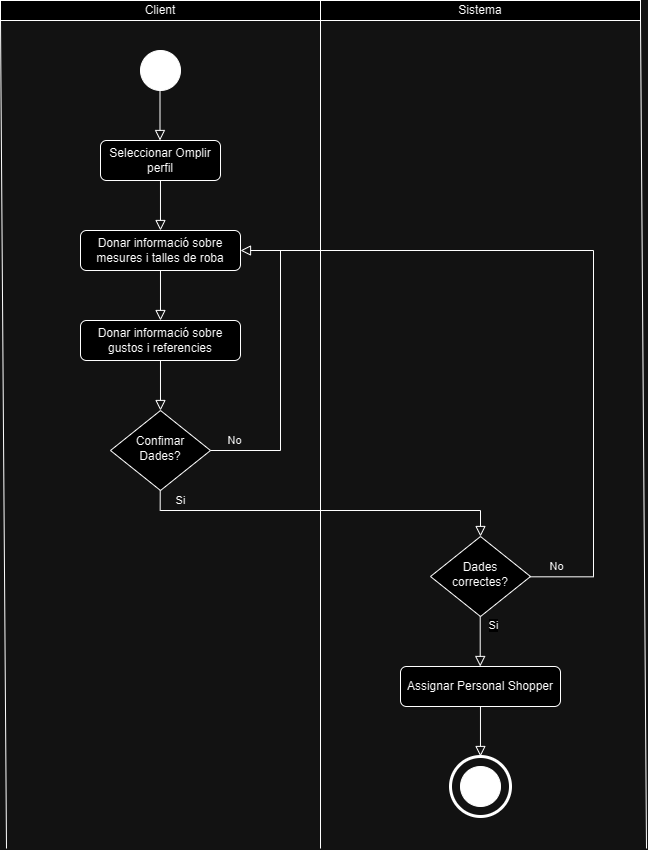
NIU1638962/EP_Projecte keeps this draw.io diagram as Exercici 6/DdA_EmplenarPerfil.png. Above is the earlier version. Source tidied: cells renumbered, new cells last; positions are measured from the earlier drawing's top-left corner, leaving out a move shared by most shapes. Source of this version:
```xml
<mxGraphModel>
  <root>
    <mxCell id="0" />
    <mxCell id="1" parent="0" />
    <mxCell id="2" value="Seleccionar Omplir perfil" style="rounded=1;whiteSpace=wrap;html=1;fontSize=12;glass=0;strokeWidth=1;shadow=0;" parent="1" vertex="1">
      <mxGeometry x="100" y="140" width="120" height="40" as="geometry" />
    </mxCell>
    <mxCell id="3" style="ellipse;whiteSpace=wrap;html=1;fillColor=#000000;" parent="1" vertex="1">
      <mxGeometry x="140" y="50" width="40" height="40" as="geometry" />
    </mxCell>
    <mxCell id="4" style="rounded=0;html=1;jettySize=auto;orthogonalLoop=1;fontSize=11;endArrow=block;endFill=0;endSize=8;strokeWidth=1;shadow=0;labelBackgroundColor=none;edgeStyle=orthogonalEdgeStyle;" parent="1" edge="1">
      <mxGeometry relative="1" as="geometry">
        <mxPoint x="159.5" y="90" as="sourcePoint" />
        <mxPoint x="159.5" y="140" as="targetPoint" />
      </mxGeometry>
    </mxCell>
    <mxCell id="5" style="rounded=0;html=1;jettySize=auto;orthogonalLoop=1;fontSize=11;endArrow=block;endFill=0;endSize=8;strokeWidth=1;shadow=0;labelBackgroundColor=none;edgeStyle=orthogonalEdgeStyle;" parent="1" edge="1">
      <mxGeometry relative="1" as="geometry">
        <mxPoint x="160" y="180" as="sourcePoint" />
        <mxPoint x="160" y="230" as="targetPoint" />
      </mxGeometry>
    </mxCell>
    <mxCell id="6" value="Donar informació sobre mesures i talles de roba" style="rounded=1;whiteSpace=wrap;html=1;fontSize=12;glass=0;strokeWidth=1;shadow=0;" parent="1" vertex="1">
      <mxGeometry x="80" y="230" width="160" height="40" as="geometry" />
    </mxCell>
    <mxCell id="7" style="rounded=0;html=1;jettySize=auto;orthogonalLoop=1;fontSize=11;endArrow=block;endFill=0;endSize=8;strokeWidth=1;shadow=0;labelBackgroundColor=none;edgeStyle=orthogonalEdgeStyle;" parent="1" edge="1">
      <mxGeometry relative="1" as="geometry">
        <mxPoint x="160" y="270" as="sourcePoint" />
        <mxPoint x="160" y="320" as="targetPoint" />
      </mxGeometry>
    </mxCell>
    <mxCell id="8" value="Confimar Dades?" style="rhombus;whiteSpace=wrap;html=1;shadow=0;fontFamily=Helvetica;fontSize=12;align=center;strokeWidth=1;spacing=6;spacingTop=-4;" parent="1" vertex="1">
      <mxGeometry x="110" y="410" width="100" height="80" as="geometry" />
    </mxCell>
    <mxCell id="9" value="Si" style="rounded=0;html=1;jettySize=auto;fontSize=11;endArrow=block;endFill=0;endSize=8;strokeWidth=1;shadow=0;labelBackgroundColor=none;edgeStyle=orthogonalEdgeStyle;entryX=0.5;entryY=0;entryDx=0;entryDy=0;" parent="1" edge="1" target="20">
      <mxGeometry x="-0.78" y="10" relative="1" as="geometry">
        <mxPoint x="159.7" y="490" as="sourcePoint" />
        <Array as="points">
          <mxPoint x="160" y="510" />
          <mxPoint x="480" y="510" />
        </Array>
      </mxGeometry>
    </mxCell>
    <mxCell id="10" value="No" style="edgeStyle=orthogonalEdgeStyle;rounded=0;html=1;jettySize=auto;fontSize=11;endArrow=block;endFill=0;endSize=8;strokeWidth=1;shadow=0;labelBackgroundColor=none;entryX=1;entryY=0.5;entryDx=0;entryDy=0;" parent="1" edge="1" target="6">
      <mxGeometry x="-0.85" y="10" relative="1" as="geometry">
        <mxPoint x="210" y="450" as="sourcePoint" />
        <Array as="points">
          <mxPoint x="280" y="450" />
          <mxPoint x="280" y="250" />
        </Array>
      </mxGeometry>
    </mxCell>
    <mxCell id="11" value="Donar informació sobre gustos i referencies" style="rounded=1;whiteSpace=wrap;html=1;fontSize=12;glass=0;strokeWidth=1;shadow=0;" parent="1" vertex="1">
      <mxGeometry x="80" y="320" width="160" height="40" as="geometry" />
    </mxCell>
    <mxCell id="12" style="rounded=0;html=1;jettySize=auto;orthogonalLoop=1;fontSize=11;endArrow=block;endFill=0;endSize=8;strokeWidth=1;shadow=0;labelBackgroundColor=none;edgeStyle=orthogonalEdgeStyle;" parent="1" edge="1">
      <mxGeometry relative="1" as="geometry">
        <mxPoint x="160" y="360" as="sourcePoint" />
        <mxPoint x="160" y="410" as="targetPoint" />
      </mxGeometry>
    </mxCell>
    <mxCell id="13" style="endArrow=none;html=1;rounded=0;" parent="1" edge="1">
      <mxGeometry relative="1" as="geometry">
        <mxPoint x="320" y="848" as="sourcePoint" />
        <mxPoint x="320" y="20" as="targetPoint" />
      </mxGeometry>
    </mxCell>
    <mxCell id="14" value="Client" style="rounded=0;whiteSpace=wrap;html=1;" parent="1" vertex="1">
      <mxGeometry width="320" height="20" as="geometry" />
    </mxCell>
    <mxCell id="15" value="Sistema" style="rounded=0;whiteSpace=wrap;html=1;" parent="1" vertex="1">
      <mxGeometry x="320" width="320" height="20" as="geometry" />
    </mxCell>
    <mxCell id="16" style="ellipse;whiteSpace=wrap;html=1;fillColor=#000000;" parent="1" vertex="1">
      <mxGeometry x="460" y="766" width="40" height="40" as="geometry" />
    </mxCell>
    <mxCell id="17" style="ellipse;whiteSpace=wrap;html=1;fillColor=none;strokeWidth=3;" parent="1" vertex="1">
      <mxGeometry x="450" y="756" width="60" height="60" as="geometry" />
    </mxCell>
    <mxCell id="18" value="Assignar Personal Shopper" style="rounded=1;whiteSpace=wrap;html=1;fontSize=12;glass=0;strokeWidth=1;shadow=0;" parent="1" vertex="1">
      <mxGeometry x="400" y="666" width="160" height="40" as="geometry" />
    </mxCell>
    <mxCell id="19" style="rounded=0;html=1;jettySize=auto;orthogonalLoop=1;fontSize=11;endArrow=block;endFill=0;endSize=8;strokeWidth=1;shadow=0;labelBackgroundColor=none;edgeStyle=orthogonalEdgeStyle;" parent="1" edge="1">
      <mxGeometry relative="1" as="geometry">
        <mxPoint x="480" y="706" as="sourcePoint" />
        <mxPoint x="480" y="756" as="targetPoint" />
      </mxGeometry>
    </mxCell>
    <mxCell id="20" value="Dades correctes?" style="rhombus;whiteSpace=wrap;html=1;shadow=0;fontFamily=Helvetica;fontSize=12;align=center;strokeWidth=1;spacing=6;spacingTop=-4;" parent="1" vertex="1">
      <mxGeometry x="430" y="536" width="100" height="80" as="geometry" />
    </mxCell>
    <mxCell id="21" style="rounded=0;html=1;jettySize=auto;orthogonalLoop=1;fontSize=11;endArrow=block;endFill=0;endSize=8;strokeWidth=1;shadow=0;labelBackgroundColor=none;edgeStyle=orthogonalEdgeStyle;" parent="1" edge="1">
      <mxGeometry relative="1" as="geometry">
        <mxPoint x="479.7" y="616" as="sourcePoint" />
        <mxPoint x="479.7" y="666" as="targetPoint" />
      </mxGeometry>
    </mxCell>
    <mxCell id="22" value="Si" style="edgeLabel;html=1;align=center;verticalAlign=middle;" parent="21" vertex="1">
      <mxGeometry x="-0.42" relative="1" as="geometry">
        <mxPoint x="13" y="-6" as="offset" />
      </mxGeometry>
    </mxCell>
    <mxCell id="23" value="No" style="edgeStyle=orthogonalEdgeStyle;rounded=0;html=1;jettySize=auto;orthogonalLoop=1;fontSize=11;endArrow=none;endFill=0;endSize=8;strokeWidth=1;shadow=0;labelBackgroundColor=none;exitX=1.002;exitY=0.504;exitDx=0;exitDy=0;exitPerimeter=0;" parent="1" edge="1">
      <mxGeometry x="-0.92" y="10" relative="1" as="geometry">
        <mxPoint x="529.2" y="576.3" as="sourcePoint" />
        <mxPoint x="279" y="250" as="targetPoint" />
        <Array as="points">
          <mxPoint x="593" y="576" />
          <mxPoint x="593" y="250" />
        </Array>
      </mxGeometry>
    </mxCell>
    <mxCell id="24" style="endArrow=none;html=1;rounded=0;entryX=0;entryY=1;entryDx=0;entryDy=0;" parent="1" edge="1" target="14">
      <mxGeometry relative="1" as="geometry">
        <mxPoint x="6" y="848" as="sourcePoint" />
      </mxGeometry>
    </mxCell>
    <mxCell id="25" style="endArrow=none;html=1;rounded=0;entryX=0;entryY=1;entryDx=0;entryDy=0;" parent="1" edge="1">
      <mxGeometry relative="1" as="geometry">
        <mxPoint x="646" y="848" as="sourcePoint" />
        <mxPoint x="640" y="20" as="targetPoint" />
      </mxGeometry>
    </mxCell>
  </root>
</mxGraphModel>
```
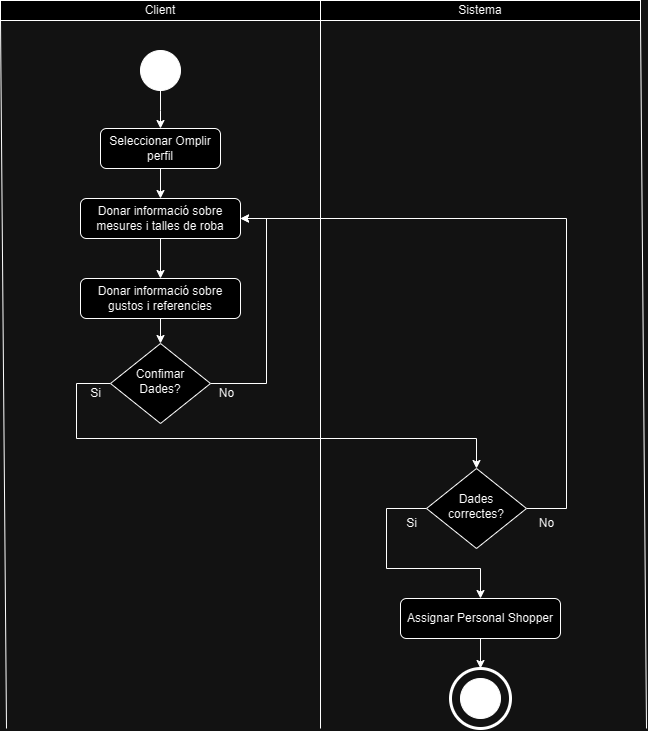
After the commit.

Diff of the diagram source:
```diff
@@ -2,66 +2,55 @@
   <root>
     <mxCell id="0" />
     <mxCell id="1" parent="0" />
+    <mxCell id="26" style="edgeStyle=orthogonalEdgeStyle;rounded=0;jettySize=auto;html=1;" parent="1" edge="1" source="2" target="6">
+      <mxGeometry relative="1" as="geometry" />
+    </mxCell>
     <mxCell id="2" value="Seleccionar Omplir perfil" style="rounded=1;whiteSpace=wrap;html=1;fontSize=12;glass=0;strokeWidth=1;shadow=0;" parent="1" vertex="1">
-      <mxGeometry x="100" y="140" width="120" height="40" as="geometry" />
+      <mxGeometry x="100" y="128" width="120" height="40" as="geometry" />
     </mxCell>
+    <mxCell id="27" style="edgeStyle=orthogonalEdgeStyle;rounded=0;jettySize=auto;html=1;" parent="1" edge="1" source="3">
+      <mxGeometry relative="1" as="geometry">
+        <mxPoint x="160" y="128" as="targetPoint" />
+      </mxGeometry>
+    </mxCell>
     <mxCell id="3" style="ellipse;whiteSpace=wrap;html=1;fillColor=#000000;" parent="1" vertex="1">
       <mxGeometry x="140" y="50" width="40" height="40" as="geometry" />
     </mxCell>
-    <mxCell id="4" style="rounded=0;html=1;jettySize=auto;orthogonalLoop=1;fontSize=11;endArrow=block;endFill=0;endSize=8;strokeWidth=1;shadow=0;labelBackgroundColor=none;edgeStyle=orthogonalEdgeStyle;" parent="1" edge="1">
-      <mxGeometry relative="1" as="geometry">
-        <mxPoint x="159.5" y="90" as="sourcePoint" />
-        <mxPoint x="159.5" y="140" as="targetPoint" />
-      </mxGeometry>
-    </mxCell>
-    <mxCell id="5" style="rounded=0;html=1;jettySize=auto;orthogonalLoop=1;fontSize=11;endArrow=block;endFill=0;endSize=8;strokeWidth=1;shadow=0;labelBackgroundColor=none;edgeStyle=orthogonalEdgeStyle;" parent="1" edge="1">
-      <mxGeometry relative="1" as="geometry">
-        <mxPoint x="160" y="180" as="sourcePoint" />
-        <mxPoint x="160" y="230" as="targetPoint" />
-      </mxGeometry>
-    </mxCell>
+    <mxCell id="28" style="edgeStyle=orthogonalEdgeStyle;rounded=0;jettySize=auto;html=1;entryX=0.5;entryY=0;entryDx=0;entryDy=0;" parent="1" edge="1" source="6" target="11">
+      <mxGeometry relative="1" as="geometry" />
+    </mxCell>
     <mxCell id="6" value="Donar informació sobre mesures i talles de roba" style="rounded=1;whiteSpace=wrap;html=1;fontSize=12;glass=0;strokeWidth=1;shadow=0;" parent="1" vertex="1">
-      <mxGeometry x="80" y="230" width="160" height="40" as="geometry" />
+      <mxGeometry x="80" y="198" width="160" height="40" as="geometry" />
     </mxCell>
-    <mxCell id="7" style="rounded=0;html=1;jettySize=auto;orthogonalLoop=1;fontSize=11;endArrow=block;endFill=0;endSize=8;strokeWidth=1;shadow=0;labelBackgroundColor=none;edgeStyle=orthogonalEdgeStyle;" parent="1" edge="1">
-      <mxGeometry relative="1" as="geometry">
-        <mxPoint x="160" y="270" as="sourcePoint" />
-        <mxPoint x="160" y="320" as="targetPoint" />
-      </mxGeometry>
-    </mxCell>
+    <mxCell id="29" style="edgeStyle=orthogonalEdgeStyle;rounded=0;jettySize=auto;html=1;entryX=1;entryY=0.5;entryDx=0;entryDy=0;" parent="1" edge="1" source="8" target="6">
+      <mxGeometry relative="1" as="geometry">
+        <Array as="points">
+          <mxPoint x="266" y="383" />
+          <mxPoint x="266" y="218" />
+        </Array>
+      </mxGeometry>
+    </mxCell>
+    <mxCell id="30" style="edgeStyle=orthogonalEdgeStyle;rounded=0;jettySize=auto;html=1;entryX=0.5;entryY=0;entryDx=0;entryDy=0;" parent="1" edge="1" source="8" target="20">
+      <mxGeometry relative="1" as="geometry">
+        <Array as="points">
+          <mxPoint x="76" y="383" />
+          <mxPoint x="76" y="438" />
+          <mxPoint x="476" y="438" />
+        </Array>
+      </mxGeometry>
+    </mxCell>
     <mxCell id="8" value="Confimar Dades?" style="rhombus;whiteSpace=wrap;html=1;shadow=0;fontFamily=Helvetica;fontSize=12;align=center;strokeWidth=1;spacing=6;spacingTop=-4;" parent="1" vertex="1">
-      <mxGeometry x="110" y="410" width="100" height="80" as="geometry" />
+      <mxGeometry x="110" y="343" width="100" height="80" as="geometry" />
     </mxCell>
-    <mxCell id="9" value="Si" style="rounded=0;html=1;jettySize=auto;fontSize=11;endArrow=block;endFill=0;endSize=8;strokeWidth=1;shadow=0;labelBackgroundColor=none;edgeStyle=orthogonalEdgeStyle;entryX=0.5;entryY=0;entryDx=0;entryDy=0;" parent="1" edge="1" target="20">
-      <mxGeometry x="-0.78" y="10" relative="1" as="geometry">
-        <mxPoint x="159.7" y="490" as="sourcePoint" />
-        <Array as="points">
-          <mxPoint x="160" y="510" />
-          <mxPoint x="480" y="510" />
-        </Array>
-      </mxGeometry>
-    </mxCell>
-    <mxCell id="10" value="No" style="edgeStyle=orthogonalEdgeStyle;rounded=0;html=1;jettySize=auto;fontSize=11;endArrow=block;endFill=0;endSize=8;strokeWidth=1;shadow=0;labelBackgroundColor=none;entryX=1;entryY=0.5;entryDx=0;entryDy=0;" parent="1" edge="1" target="6">
-      <mxGeometry x="-0.85" y="10" relative="1" as="geometry">
-        <mxPoint x="210" y="450" as="sourcePoint" />
-        <Array as="points">
-          <mxPoint x="280" y="450" />
-          <mxPoint x="280" y="250" />
-        </Array>
-      </mxGeometry>
-    </mxCell>
+    <mxCell id="31" style="edgeStyle=orthogonalEdgeStyle;rounded=0;jettySize=auto;html=1;entryX=0.5;entryY=0;entryDx=0;entryDy=0;" parent="1" edge="1" source="11" target="8">
+      <mxGeometry relative="1" as="geometry" />
+    </mxCell>
     <mxCell id="11" value="Donar informació sobre gustos i referencies" style="rounded=1;whiteSpace=wrap;html=1;fontSize=12;glass=0;strokeWidth=1;shadow=0;" parent="1" vertex="1">
-      <mxGeometry x="80" y="320" width="160" height="40" as="geometry" />
+      <mxGeometry x="80" y="278" width="160" height="40" as="geometry" />
     </mxCell>
-    <mxCell id="12" style="rounded=0;html=1;jettySize=auto;orthogonalLoop=1;fontSize=11;endArrow=block;endFill=0;endSize=8;strokeWidth=1;shadow=0;labelBackgroundColor=none;edgeStyle=orthogonalEdgeStyle;" parent="1" edge="1">
-      <mxGeometry relative="1" as="geometry">
-        <mxPoint x="160" y="360" as="sourcePoint" />
-        <mxPoint x="160" y="410" as="targetPoint" />
-      </mxGeometry>
-    </mxCell>
     <mxCell id="13" style="endArrow=none;html=1;rounded=0;" parent="1" edge="1">
       <mxGeometry relative="1" as="geometry">
-        <mxPoint x="320" y="848" as="sourcePoint" />
+        <mxPoint x="320" y="728" as="sourcePoint" />
         <mxPoint x="320" y="20" as="targetPoint" />
       </mxGeometry>
     </mxCell>
@@ -72,54 +61,59 @@
       <mxGeometry x="320" width="320" height="20" as="geometry" />
     </mxCell>
     <mxCell id="16" style="ellipse;whiteSpace=wrap;html=1;fillColor=#000000;" parent="1" vertex="1">
-      <mxGeometry x="460" y="766" width="40" height="40" as="geometry" />
+      <mxGeometry x="460" y="678" width="40" height="40" as="geometry" />
     </mxCell>
     <mxCell id="17" style="ellipse;whiteSpace=wrap;html=1;fillColor=none;strokeWidth=3;" parent="1" vertex="1">
-      <mxGeometry x="450" y="756" width="60" height="60" as="geometry" />
+      <mxGeometry x="450" y="668" width="60" height="60" as="geometry" />
     </mxCell>
+    <mxCell id="32" style="edgeStyle=orthogonalEdgeStyle;rounded=0;jettySize=auto;html=1;entryX=0.5;entryY=0;entryDx=0;entryDy=0;" parent="1" edge="1" source="18" target="17">
+      <mxGeometry relative="1" as="geometry" />
+    </mxCell>
     <mxCell id="18" value="Assignar Personal Shopper" style="rounded=1;whiteSpace=wrap;html=1;fontSize=12;glass=0;strokeWidth=1;shadow=0;" parent="1" vertex="1">
-      <mxGeometry x="400" y="666" width="160" height="40" as="geometry" />
+      <mxGeometry x="400" y="598" width="160" height="40" as="geometry" />
     </mxCell>
-    <mxCell id="19" style="rounded=0;html=1;jettySize=auto;orthogonalLoop=1;fontSize=11;endArrow=block;endFill=0;endSize=8;strokeWidth=1;shadow=0;labelBackgroundColor=none;edgeStyle=orthogonalEdgeStyle;" parent="1" edge="1">
-      <mxGeometry relative="1" as="geometry">
-        <mxPoint x="480" y="706" as="sourcePoint" />
-        <mxPoint x="480" y="756" as="targetPoint" />
-      </mxGeometry>
-    </mxCell>
+    <mxCell id="33" style="edgeStyle=orthogonalEdgeStyle;rounded=0;jettySize=auto;html=1;entryX=1;entryY=0.5;entryDx=0;entryDy=0;" parent="1" edge="1" source="20" target="6">
+      <mxGeometry relative="1" as="geometry">
+        <Array as="points">
+          <mxPoint x="566" y="508" />
+          <mxPoint x="566" y="218" />
+        </Array>
+      </mxGeometry>
+    </mxCell>
+    <mxCell id="34" style="edgeStyle=orthogonalEdgeStyle;rounded=0;jettySize=auto;html=1;entryX=0.5;entryY=0;entryDx=0;entryDy=0;" parent="1" edge="1" source="20" target="18">
+      <mxGeometry relative="1" as="geometry">
+        <Array as="points">
+          <mxPoint x="386" y="508" />
+          <mxPoint x="386" y="568" />
+          <mxPoint x="480" y="568" />
+        </Array>
+      </mxGeometry>
+    </mxCell>
     <mxCell id="20" value="Dades correctes?" style="rhombus;whiteSpace=wrap;html=1;shadow=0;fontFamily=Helvetica;fontSize=12;align=center;strokeWidth=1;spacing=6;spacingTop=-4;" parent="1" vertex="1">
-      <mxGeometry x="430" y="536" width="100" height="80" as="geometry" />
+      <mxGeometry x="426" y="468" width="100" height="80" as="geometry" />
     </mxCell>
-    <mxCell id="21" style="rounded=0;html=1;jettySize=auto;orthogonalLoop=1;fontSize=11;endArrow=block;endFill=0;endSize=8;strokeWidth=1;shadow=0;labelBackgroundColor=none;edgeStyle=orthogonalEdgeStyle;" parent="1" edge="1">
-      <mxGeometry relative="1" as="geometry">
-        <mxPoint x="479.7" y="616" as="sourcePoint" />
-        <mxPoint x="479.7" y="666" as="targetPoint" />
-      </mxGeometry>
-    </mxCell>
-    <mxCell id="22" value="Si" style="edgeLabel;html=1;align=center;verticalAlign=middle;" parent="21" vertex="1">
-      <mxGeometry x="-0.42" relative="1" as="geometry">
-        <mxPoint x="13" y="-6" as="offset" />
-      </mxGeometry>
-    </mxCell>
-    <mxCell id="23" value="No" style="edgeStyle=orthogonalEdgeStyle;rounded=0;html=1;jettySize=auto;orthogonalLoop=1;fontSize=11;endArrow=none;endFill=0;endSize=8;strokeWidth=1;shadow=0;labelBackgroundColor=none;exitX=1.002;exitY=0.504;exitDx=0;exitDy=0;exitPerimeter=0;" parent="1" edge="1">
-      <mxGeometry x="-0.92" y="10" relative="1" as="geometry">
-        <mxPoint x="529.2" y="576.3" as="sourcePoint" />
-        <mxPoint x="279" y="250" as="targetPoint" />
-        <Array as="points">
-          <mxPoint x="593" y="576" />
-          <mxPoint x="593" y="250" />
-        </Array>
-      </mxGeometry>
-    </mxCell>
     <mxCell id="24" style="endArrow=none;html=1;rounded=0;entryX=0;entryY=1;entryDx=0;entryDy=0;" parent="1" edge="1" target="14">
       <mxGeometry relative="1" as="geometry">
-        <mxPoint x="6" y="848" as="sourcePoint" />
+        <mxPoint x="6" y="728" as="sourcePoint" />
       </mxGeometry>
     </mxCell>
     <mxCell id="25" style="endArrow=none;html=1;rounded=0;entryX=0;entryY=1;entryDx=0;entryDy=0;" parent="1" edge="1">
       <mxGeometry relative="1" as="geometry">
-        <mxPoint x="646" y="848" as="sourcePoint" />
+        <mxPoint x="646" y="728" as="sourcePoint" />
         <mxPoint x="640" y="20" as="targetPoint" />
       </mxGeometry>
     </mxCell>
+    <mxCell id="35" value="No" style="text;html=1;align=center;verticalAlign=middle;strokeColor=none;fillColor=none;" parent="1" vertex="1">
+      <mxGeometry x="526" y="508" width="40" height="30" as="geometry" />
+    </mxCell>
+    <mxCell id="36" value="No" style="text;html=1;align=center;verticalAlign=middle;strokeColor=none;fillColor=none;" parent="1" vertex="1">
+      <mxGeometry x="206" y="378" width="40" height="30" as="geometry" />
+    </mxCell>
+    <mxCell id="37" value="Si" style="text;html=1;align=center;verticalAlign=middle;strokeColor=none;fillColor=none;" parent="1" vertex="1">
+      <mxGeometry x="80" y="378" width="30" height="30" as="geometry" />
+    </mxCell>
+    <mxCell id="38" value="Si" style="text;html=1;align=center;verticalAlign=middle;strokeColor=none;fillColor=none;" parent="1" vertex="1">
+      <mxGeometry x="396" y="508" width="30" height="30" as="geometry" />
+    </mxCell>
   </root>
 </mxGraphModel>
```
